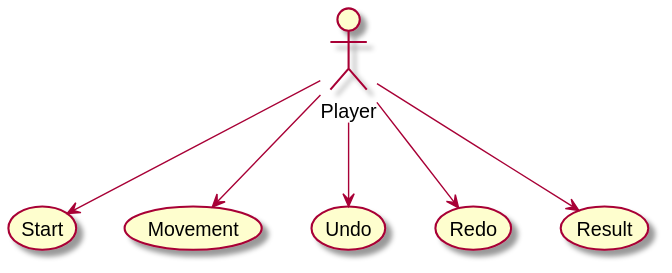
Before: build/docs/asciidoc/images/diagramaActoresCasosUso.svg, a diagram exported from PlantUML (x-USantaTecla-game-ticTacToe/requirements).
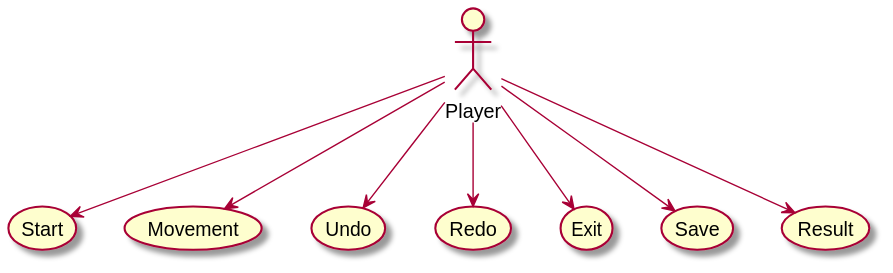
Later version of the same file.

Diff of the diagram source:
```diff
@@ -5,12 +5,16 @@
 usecase Movement
 usecase Undo
 usecase Redo
+usecase Exit
+usecase Save
 usecase Result
 
 Player --> Start
 Player --> Movement
 Player --> Undo
 Player --> Redo
+Player --> Exit
+Player --> Save
 Player --> Result
 
 @enduml
```
